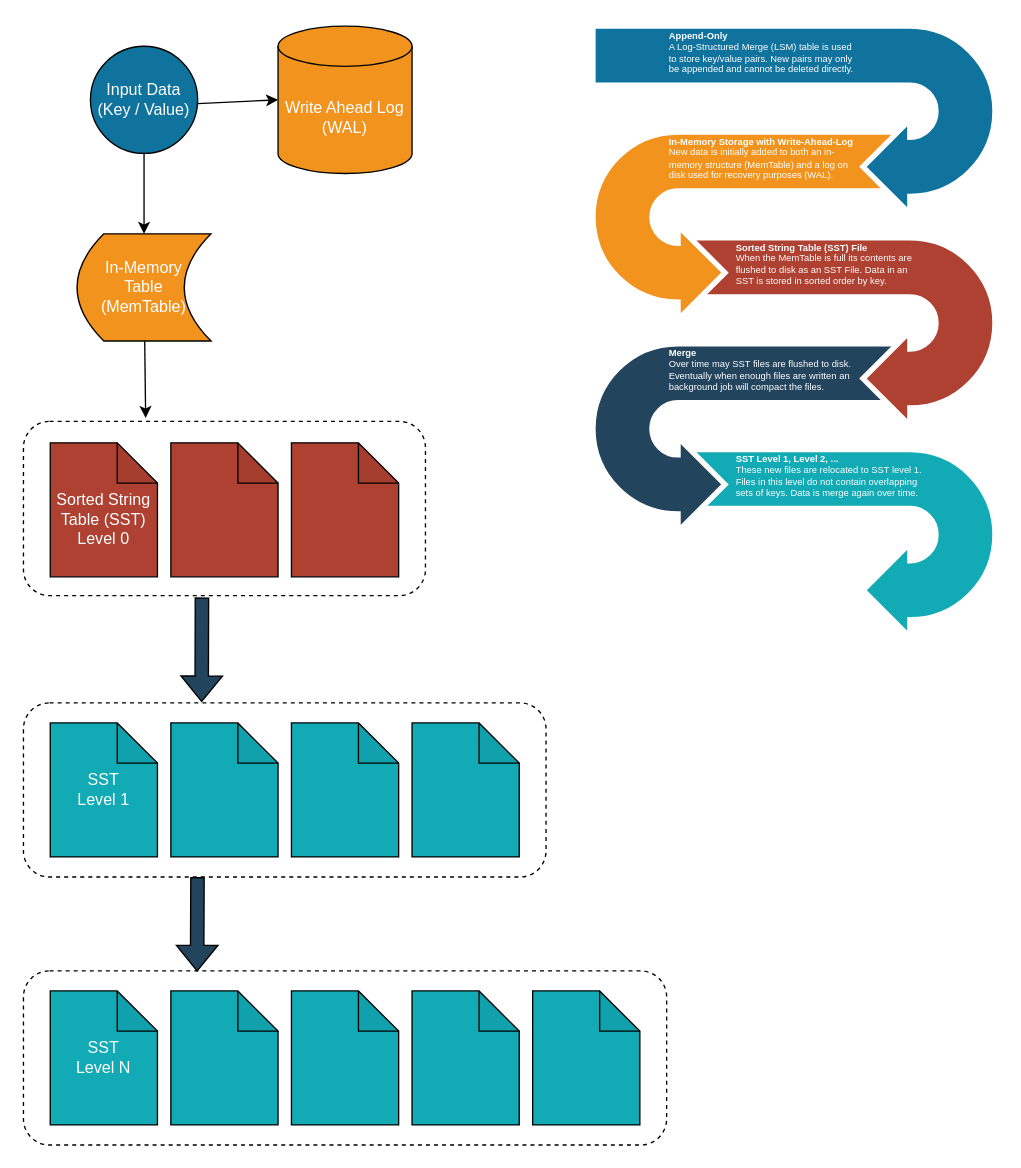
Above: page "Data Structures" (1 of 5) of docs/lsm.drawio in justinethier/keyva (draw.io), before the change. Source tidied: cells renumbered, new cells numbered last; positions are measured from the earlier drawing's top-left corner, leaving out a move shared by most shapes. Both pictures are drawn from the tidied source at 134%, with x=0, y=0 at pixel (23, 25).
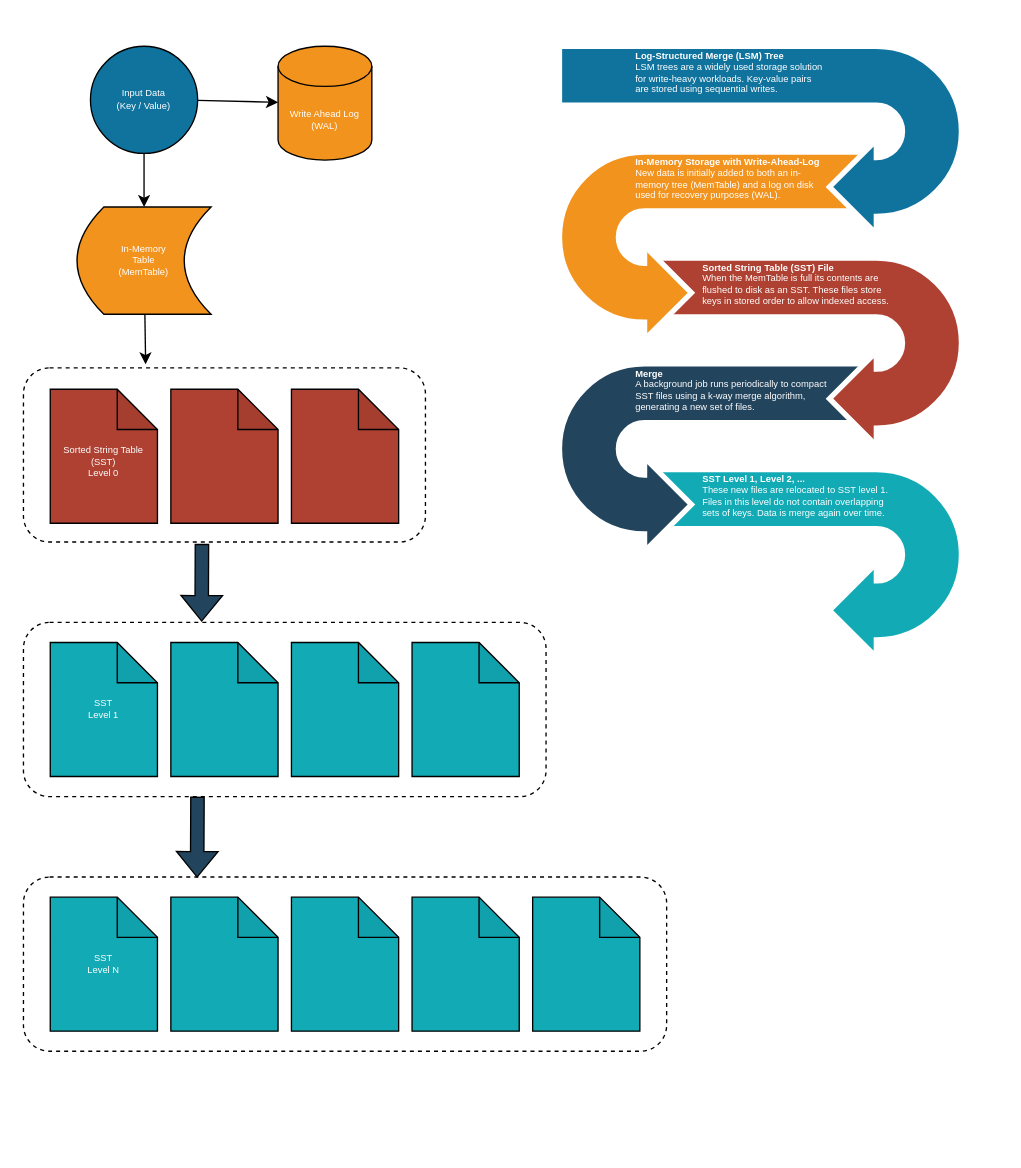
The same page after the edit.

Commit message:
Revise SST diagram

Change to the diagram source:
```diff
@@
-    <mxCell id="2" value="Write Ahead Log&lt;br&gt;(WAL)" style="shape=cylinder3;whiteSpace=wrap;html=1;boundedLbl=1;backgroundOutline=1;size=15;fillColor=#F2931E;fontColor=#FFFFFF;" parent="1" vertex="1">
-      <mxGeometry x="190" width="100" height="110" as="geometry" />
+    <mxCell id="2" value="Write Ahead Log&lt;br style=&quot;font-size: 7px;&quot;&gt;(WAL)" style="shape=cylinder3;whiteSpace=wrap;html=1;boundedLbl=1;backgroundOutline=1;size=15;fillColor=#F2931E;fontColor=#FFFFFF;fontSize=7;" parent="1" vertex="1">
+      <mxGeometry x="190" y="15" width="70" height="85" as="geometry" />
     </mxCell>
-    <mxCell id="3" value="In-Memory &lt;br&gt;Table&lt;br&gt;(MemTable)" style="shape=dataStorage;whiteSpace=wrap;html=1;fixedSize=1;fillColor=#F2931E;fontColor=#FFFFFF;" parent="1" vertex="1">
-      <mxGeometry x="40" y="155" width="100" height="80" as="geometry" />
+    <mxCell id="3" value="In-Memory &lt;br style=&quot;font-size: 7px;&quot;&gt;Table&lt;br style=&quot;font-size: 7px;&quot;&gt;(MemTable)" style="shape=dataStorage;whiteSpace=wrap;html=1;fixedSize=1;fillColor=#F2931E;fontColor=#FFFFFF;fontSize=7;" parent="1" vertex="1">
+      <mxGeometry x="40" y="135" width="100" height="80" as="geometry" />
     </mxCell>
-    <mxCell id="4" value="Input Data&lt;br&gt;(Key / Value)" style="ellipse;whiteSpace=wrap;html=1;fillColor=#10739E;fontColor=#FFFFFF;" parent="1" vertex="1">
+    <mxCell id="4" value="Input Data&lt;br style=&quot;font-size: 7px;&quot;&gt;(Key / Value)" style="ellipse;whiteSpace=wrap;html=1;fillColor=#10739E;fontColor=#FFFFFF;fontSize=7;" parent="1" vertex="1">
       <mxGeometry x="50" y="15" width="80" height="80" as="geometry" />
     </mxCell>
     <mxCell id="5" style="shape=note;whiteSpace=wrap;html=1;backgroundOutline=1;darkOpacity=0.05;fillColor=#AE4132;" parent="1" vertex="1">
-      <mxGeometry x="200" y="311" width="80" height="100" as="geometry" />
+      <mxGeometry x="200" y="271" width="80" height="100" as="geometry" />
     </mxCell>
     <mxCell id="6" style="shape=note;whiteSpace=wrap;html=1;backgroundOutline=1;darkOpacity=0.05;fillColor=#AE4132;" parent="1" vertex="1">
-      <mxGeometry x="110" y="311" width="80" height="100" as="geometry" />
+      <mxGeometry x="110" y="271" width="80" height="100" as="geometry" />
     </mxCell>
@@
-    <mxCell id="8" value="&lt;div&gt;&lt;br&gt;&lt;/div&gt;&lt;div&gt;Sorted String Table (SST)&lt;br&gt;&lt;/div&gt;&lt;div&gt;Level 0&lt;br&gt;&lt;/div&gt;" style="shape=note;whiteSpace=wrap;html=1;backgroundOutline=1;darkOpacity=0.05;fillColor=#AE4132;fontColor=#FFFFFF;" parent="1" vertex="1">
-      <mxGeometry x="20" y="311" width="80" height="100" as="geometry" />
+    <mxCell id="8" value="&lt;div style=&quot;font-size: 7px;&quot;&gt;&lt;br style=&quot;font-size: 7px;&quot;&gt;&lt;/div&gt;&lt;div style=&quot;font-size: 7px;&quot;&gt;Sorted String Table (SST)&lt;br style=&quot;font-size: 7px;&quot;&gt;&lt;/div&gt;&lt;div style=&quot;font-size: 7px;&quot;&gt;Level 0&lt;br style=&quot;font-size: 7px;&quot;&gt;&lt;/div&gt;" style="shape=note;whiteSpace=wrap;html=1;backgroundOutline=1;darkOpacity=0.05;fillColor=#AE4132;fontColor=#FFFFFF;fontSize=7;" parent="1" vertex="1">
+      <mxGeometry x="20" y="271" width="80" height="100" as="geometry" />
     </mxCell>
     <mxCell id="9" style="shape=note;whiteSpace=wrap;html=1;backgroundOutline=1;darkOpacity=0.05;fontColor=#FFFFFF;fillColor=#12AAB5;" parent="1" vertex="1">
-      <mxGeometry x="290" y="520" width="80" height="100" as="geometry" />
+      <mxGeometry x="290" y="460" width="80" height="100" as="geometry" />
     </mxCell>
     <mxCell id="10" style="shape=note;whiteSpace=wrap;html=1;backgroundOutline=1;darkOpacity=0.05;fontColor=#FFFFFF;fillColor=#12AAB5;" parent="1" vertex="1">
-      <mxGeometry x="110" y="520" width="80" height="100" as="geometry" />
+      <mxGeometry x="110" y="460" width="80" height="100" as="geometry" />
     </mxCell>
     <mxCell id="11" style="shape=note;whiteSpace=wrap;html=1;backgroundOutline=1;darkOpacity=0.05;fontColor=#FFFFFF;fillColor=#12AAB5;" parent="1" vertex="1">
-      <mxGeometry x="200" y="520" width="80" height="100" as="geometry" />
+      <mxGeometry x="200" y="460" width="80" height="100" as="geometry" />
     </mxCell>
-    <mxCell id="12" value="&lt;div&gt;SST&lt;/div&gt;&lt;div&gt;Level 1&lt;br&gt;&lt;/div&gt;" style="shape=note;whiteSpace=wrap;html=1;backgroundOutline=1;darkOpacity=0.05;fontColor=#FFFFFF;fillColor=#12AAB5;" parent="1" vertex="1">
-      <mxGeometry x="20" y="520" width="80" height="100" as="geometry" />
+    <mxCell id="12" value="&lt;div style=&quot;font-size: 7px;&quot;&gt;SST&lt;/div&gt;&lt;div style=&quot;font-size: 7px;&quot;&gt;Level 1&lt;br style=&quot;font-size: 7px;&quot;&gt;&lt;/div&gt;" style="shape=note;whiteSpace=wrap;html=1;backgroundOutline=1;darkOpacity=0.05;fontColor=#FFFFFF;fillColor=#12AAB5;fontSize=7;" parent="1" vertex="1">
+      <mxGeometry x="20" y="460" width="80" height="100" as="geometry" />
     </mxCell>
@@
     <mxCell id="14" style="html=1;shadow=0;dashed=0;align=center;verticalAlign=middle;shape=mxgraph.arrows2.uTurnArrow;dy=22;arrowHead=70;dx2=35;strokeColor=#ffffff;fillColor=#12AAB5;fontSize=12;fontColor=#3333FF;flipH=1;flipV=1;strokeWidth=4;" parent="1" vertex="1">
-      <mxGeometry x="495" y="316" width="230" height="140" as="geometry" />
+      <mxGeometry x="470" y="331" width="230" height="140" as="geometry" />
     </mxCell>
     <mxCell id="15" style="html=1;shadow=0;dashed=0;align=center;verticalAlign=middle;shape=mxgraph.arrows2.uTurnArrow;dy=22;arrowHead=70;dx2=35;strokeColor=#ffffff;fillColor=#23445D;fontSize=12;fontColor=#3333FF;flipV=1;strokeWidth=4;" parent="1" vertex="1">
-      <mxGeometry x="425" y="237" width="230" height="140" as="geometry" />
+      <mxGeometry x="400" y="252" width="230" height="140" as="geometry" />
     </mxCell>
     <mxCell id="16" style="html=1;shadow=0;dashed=0;align=center;verticalAlign=middle;shape=mxgraph.arrows2.uTurnArrow;dy=22;arrowHead=70;dx2=35;strokeColor=#ffffff;fillColor=#AE4132;fontSize=12;fontColor=#3333FF;flipH=1;flipV=1;strokeWidth=4;" parent="1" vertex="1">
-      <mxGeometry x="495" y="158" width="230" height="140" as="geometry" />
+      <mxGeometry x="470" y="173" width="230" height="140" as="geometry" />
     </mxCell>
     <mxCell id="17" style="html=1;shadow=0;dashed=0;align=center;verticalAlign=middle;shape=mxgraph.arrows2.uTurnArrow;dy=22;arrowHead=70;dx2=35;strokeColor=#ffffff;fillColor=#F2931E;fontSize=12;fontColor=#3333FF;flipV=1;strokeWidth=4;labelBorderColor=default;" parent="1" vertex="1">
-      <mxGeometry x="425" y="79" width="230" height="140" as="geometry" />
+      <mxGeometry x="400" y="94" width="230" height="140" as="geometry" />
     </mxCell>
     <mxCell id="18" style="html=1;shadow=0;dashed=0;align=center;verticalAlign=middle;shape=mxgraph.arrows2.uTurnArrow;dy=22;arrowHead=70;dx2=35;strokeColor=#ffffff;fillColor=#10739E;fontSize=12;fontColor=#3333FF;flipH=1;flipV=1;strokeWidth=4;" parent="1" vertex="1">
-      <mxGeometry x="425" width="300" height="140" as="geometry" />
+      <mxGeometry x="400" y="15" width="300" height="140" as="geometry" />
     </mxCell>
-    <mxCell id="19" value="&lt;b&gt;Append-Only&lt;/b&gt;&lt;br style=&quot;font-size: 7px&quot;&gt;A Log-Structured Merge (LSM) table is used to store key/value pairs. New pairs may only be appended and cannot be deleted directly." style="rounded=0;whiteSpace=wrap;shadow=0;strokeColor=none;strokeWidth=6;fillColor=none;fontSize=7;fontColor=#FFFFFF;align=left;html=1;spacingLeft=5;" parent="1" vertex="1">
-      <mxGeometry x="475" width="150" height="40" as="geometry" />
+    <mxCell id="19" value="&lt;b&gt;Log-Structured Merge (LSM) Tree&lt;/b&gt;&lt;br style=&quot;font-size: 7px&quot;&gt;LSM trees are a widely used storage solution for write-heavy workloads. Key-value pairs are stored using sequential writes." style="rounded=0;whiteSpace=wrap;shadow=0;strokeColor=none;strokeWidth=6;fillColor=none;fontSize=7;fontColor=#FFFFFF;align=left;html=1;spacingLeft=5;" parent="1" vertex="1">
+      <mxGeometry x="450" y="15" width="150" height="40" as="geometry" />
     </mxCell>
-    <mxCell id="20" value="&lt;b&gt;In-Memory Storage with Write-Ahead-Log&lt;/b&gt;&lt;br style=&quot;font-size: 7px&quot;&gt;New data is initially added to both an in-memory structure (MemTable) and a log on disk used for recovery purposes (WAL)." style="rounded=0;whiteSpace=wrap;shadow=0;strokeColor=none;strokeWidth=6;fillColor=none;fontSize=7;fontColor=#FFFFFF;align=left;html=1;spacingLeft=5;" parent="1" vertex="1">
-      <mxGeometry x="475" y="79" width="150" height="40" as="geometry" />
+    <mxCell id="20" value="&lt;b&gt;In-Memory Storage with Write-Ahead-Log&lt;/b&gt;&lt;br style=&quot;font-size: 7px&quot;&gt;New data is initially added to both an in-memory tree (MemTable) and a log on disk used for recovery purposes (WAL)." style="rounded=0;whiteSpace=wrap;shadow=0;strokeColor=none;strokeWidth=6;fillColor=none;fontSize=7;fontColor=#FFFFFF;align=left;html=1;spacingLeft=5;" parent="1" vertex="1">
+      <mxGeometry x="450" y="94" width="150" height="40" as="geometry" />
     </mxCell>
-    <mxCell id="21" value="&lt;b&gt;Sorted String Table (SST) File&lt;/b&gt;&lt;br style=&quot;font-size: 7px&quot;&gt;When the MemTable is full its contents are flushed to disk as an SST File. Data in an SST is stored in sorted order by key." style="rounded=0;whiteSpace=wrap;shadow=0;strokeColor=none;strokeWidth=6;fillColor=none;fontSize=7;fontColor=#FFFFFF;align=left;html=1;spacingLeft=5;" parent="1" vertex="1">
-      <mxGeometry x="525" y="158" width="150" height="40" as="geometry" />
+    <mxCell id="21" value="&lt;b&gt;Sorted String Table (SST) File&lt;/b&gt;&lt;br style=&quot;font-size: 7px&quot;&gt;When the MemTable is full its contents are flushed to disk as an SST. These files store keys in stored order to allow indexed access." style="rounded=0;whiteSpace=wrap;shadow=0;strokeColor=none;strokeWidth=6;fillColor=none;fontSize=7;fontColor=#FFFFFF;align=left;html=1;spacingLeft=5;" parent="1" vertex="1">
+      <mxGeometry x="500" y="173" width="150" height="40" as="geometry" />
     </mxCell>
-    <mxCell id="22" value="&lt;b&gt;Merge&lt;/b&gt;&lt;br style=&quot;font-size: 7px&quot;&gt;Over time may SST files are flushed to disk. Eventually when enough files are written an background job will compact the files." style="rounded=0;whiteSpace=wrap;shadow=0;strokeColor=none;strokeWidth=6;fillColor=none;fontSize=7;fontColor=#FFFFFF;align=left;html=1;spacingLeft=5;" parent="1" vertex="1">
-      <mxGeometry x="475" y="237" width="150" height="40" as="geometry" />
+    <mxCell id="22" value="&lt;b&gt;Merge&lt;/b&gt;&lt;br style=&quot;font-size: 7px&quot;&gt;A background job runs periodically to compact SST files using a k-way merge algorithm, generating a new set of files." style="rounded=0;whiteSpace=wrap;shadow=0;strokeColor=none;strokeWidth=6;fillColor=none;fontSize=7;fontColor=#FFFFFF;align=left;html=1;spacingLeft=5;" parent="1" vertex="1">
+      <mxGeometry x="450" y="252" width="150" height="40" as="geometry" />
     </mxCell>
     <mxCell id="23" value="&lt;b style=&quot;font-size: 7px&quot;&gt;SST Level 1, Level 2, ...&lt;/b&gt;&lt;br style=&quot;font-size: 7px&quot;&gt;These new files are relocated to SST level 1. Files in this level do not contain overlapping sets of keys. Data is merge again over time." style="rounded=0;whiteSpace=wrap;shadow=0;strokeColor=none;strokeWidth=6;fillColor=none;fontSize=7;fontColor=#FFFFFF;align=left;html=1;spacingLeft=5;" parent="1" vertex="1">
-      <mxGeometry x="525" y="316" width="150" height="40" as="geometry" />
+      <mxGeometry x="500" y="331" width="150" height="40" as="geometry" />
     </mxCell>
@@
     <mxCell id="25" style="rounded=1;whiteSpace=wrap;html=1;fillColor=none;dashed=1;" parent="1" vertex="1">
-      <mxGeometry y="295" width="300" height="130" as="geometry" />
+      <mxGeometry y="255" width="300" height="130" as="geometry" />
     </mxCell>
@@
     <mxCell id="28" style="rounded=1;whiteSpace=wrap;html=1;fillColor=none;dashed=1;" parent="1" vertex="1">
-      <mxGeometry y="505" width="390" height="130" as="geometry" />
+      <mxGeometry y="445" width="390" height="130" as="geometry" />
     </mxCell>
     <mxCell id="29" style="shape=note;whiteSpace=wrap;html=1;backgroundOutline=1;darkOpacity=0.05;fontColor=#FFFFFF;fillColor=#12AAB5;" parent="1" vertex="1">
-      <mxGeometry x="290" y="720" width="80" height="100" as="geometry" />
+      <mxGeometry x="290" y="650" width="80" height="100" as="geometry" />
     </mxCell>
     <mxCell id="30" style="shape=note;whiteSpace=wrap;html=1;backgroundOutline=1;darkOpacity=0.05;fontColor=#FFFFFF;fillColor=#12AAB5;" parent="1" vertex="1">
-      <mxGeometry x="110" y="720" width="80" height="100" as="geometry" />
+      <mxGeometry x="110" y="650" width="80" height="100" as="geometry" />
     </mxCell>
     <mxCell id="31" style="shape=note;whiteSpace=wrap;html=1;backgroundOutline=1;darkOpacity=0.05;fontColor=#FFFFFF;fillColor=#12AAB5;" parent="1" vertex="1">
-      <mxGeometry x="200" y="720" width="80" height="100" as="geometry" />
+      <mxGeometry x="200" y="650" width="80" height="100" as="geometry" />
     </mxCell>
-    <mxCell id="32" value="&lt;div&gt;SST&lt;/div&gt;&lt;div&gt;Level N&lt;/div&gt;" style="shape=note;whiteSpace=wrap;html=1;backgroundOutline=1;darkOpacity=0.05;fontColor=#FFFFFF;fillColor=#12AAB5;" parent="1" vertex="1">
-      <mxGeometry x="20" y="720" width="80" height="100" as="geometry" />
+    <mxCell id="32" value="&lt;div style=&quot;font-size: 7px;&quot;&gt;SST&lt;/div&gt;&lt;div style=&quot;font-size: 7px;&quot;&gt;Level N&lt;/div&gt;" style="shape=note;whiteSpace=wrap;html=1;backgroundOutline=1;darkOpacity=0.05;fontColor=#FFFFFF;fillColor=#12AAB5;fontSize=7;" parent="1" vertex="1">
+      <mxGeometry x="20" y="650" width="80" height="100" as="geometry" />
     </mxCell>
     <mxCell id="33" style="rounded=1;whiteSpace=wrap;html=1;fillColor=none;dashed=1;" parent="1" vertex="1">
-      <mxGeometry y="705" width="480" height="130" as="geometry" />
+      <mxGeometry y="635" width="480" height="130" as="geometry" />
     </mxCell>
     <mxCell id="34" style="shape=note;whiteSpace=wrap;html=1;backgroundOutline=1;darkOpacity=0.05;fontColor=#FFFFFF;fillColor=#12AAB5;" parent="1" vertex="1">
-      <mxGeometry x="380" y="720" width="80" height="100" as="geometry" />
+      <mxGeometry x="380" y="650" width="80" height="100" as="geometry" />
     </mxCell>
```
